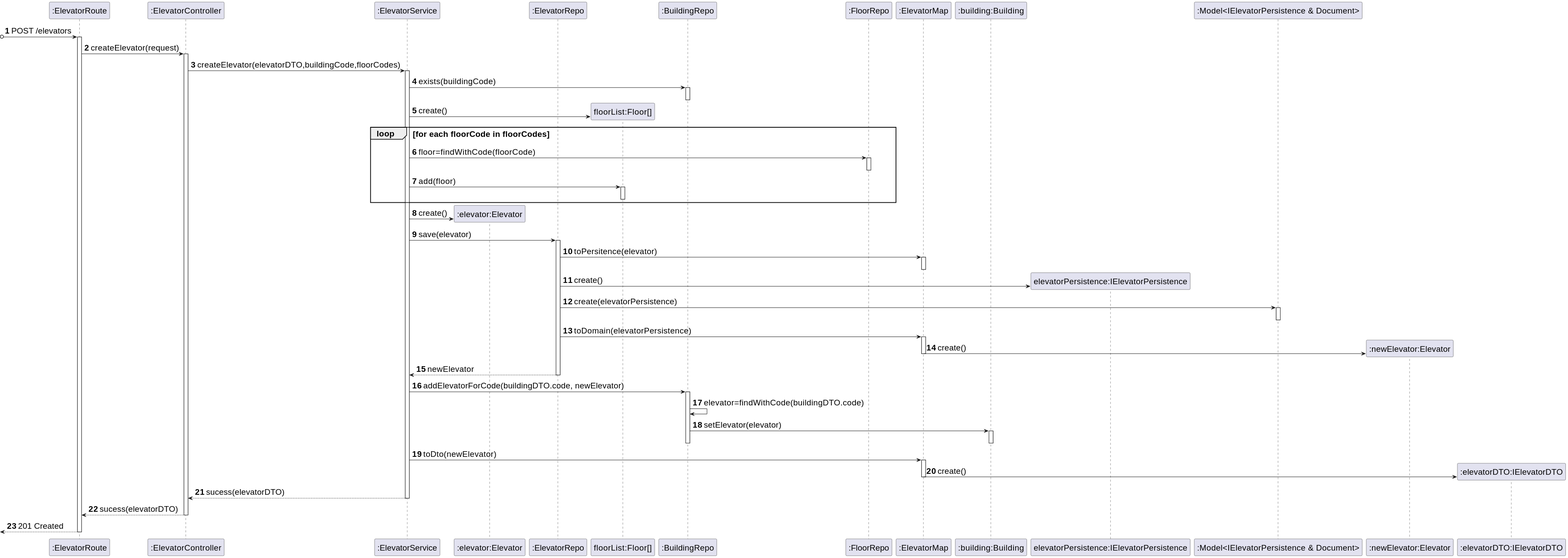
Above: _wiki/sprint-a/us13-270/views/level-3/assets/process-view.svg in miseEnPlace-dev/lapr5 (PlantUML), before the change.
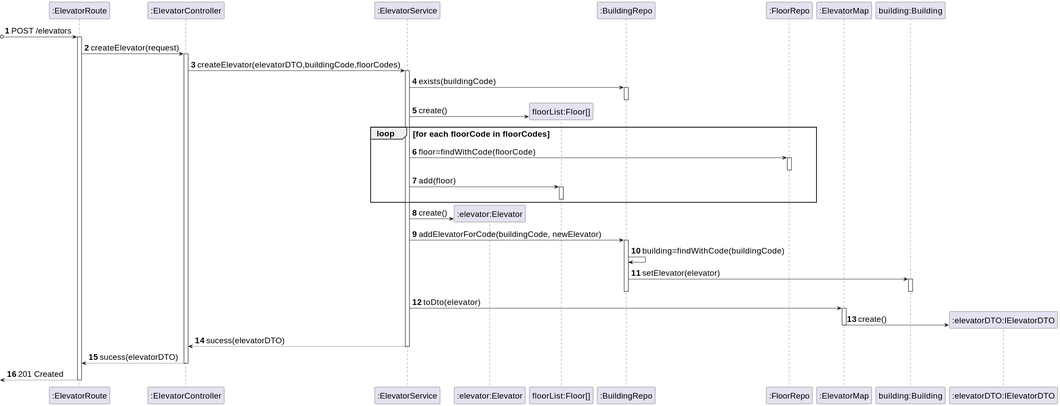
The same diagram one commit later.

Commit message:
docs(us-270): changed level 3 process view

The edit, as a diff of the source:
```diff
@@ -5,15 +5,11 @@
 participant CTRL as ":ElevatorController"
 participant SRV as ":ElevatorService"
 participant ELEV as ":elevator:Elevator"
-participant REPO as ":ElevatorRepo"
 participant FLIST as "floorList:Floor[]"
 participant BREPO as ":BuildingRepo"
 participant FREPO as ":FloorRepo"
 participant MAP as ":ElevatorMap"
-participant BUILD as ":building:Building"
-participant PERS as "elevatorPersistence:IElevatorPersistence"
-participant MODEL as ":Model<IElevatorPersistence & Document>"
-participant NELEV as ":newElevator:Elevator"
+participant BUILD as "building:Building"
 participant DTO as ":elevatorDTO:IElevatorDTO"
 
 ?o-> ROUTE : POST /elevators
@@ -36,29 +32,14 @@
   deactivate FLIST
 end
 SRV -> ELEV** : create()
-SRV -> REPO : save(elevator)
-activate REPO
-REPO -> MAP : toPersitence(elevator)
-activate MAP
-deactivate MAP
-REPO -> PERS** : create()
-REPO -> MODEL : create(elevatorPersistence)
-activate MODEL
-deactivate MODEL
-REPO -> MAP : toDomain(elevatorPersistence)
-activate MAP
-MAP -> NELEV** : create()
-deactivate MAP
-REPO --> SRV : newElevator
-deactivate REPO
-SRV -> BREPO : addElevatorForCode(buildingDTO.code, newElevator)
+SRV -> BREPO : addElevatorForCode(buildingCode, newElevator)
 activate BREPO
-BREPO -> BREPO: elevator=findWithCode(buildingDTO.code)
+BREPO -> BREPO: building=findWithCode(buildingCode)
 BREPO -> BUILD : setElevator(elevator)
 activate BUILD
 deactivate BUILD
 deactivate BREPO
-SRV -> MAP : toDto(newElevator)
+SRV -> MAP : toDto(elevator)
 activate MAP
 MAP -> DTO** : create()
 deactivate MAP
```
